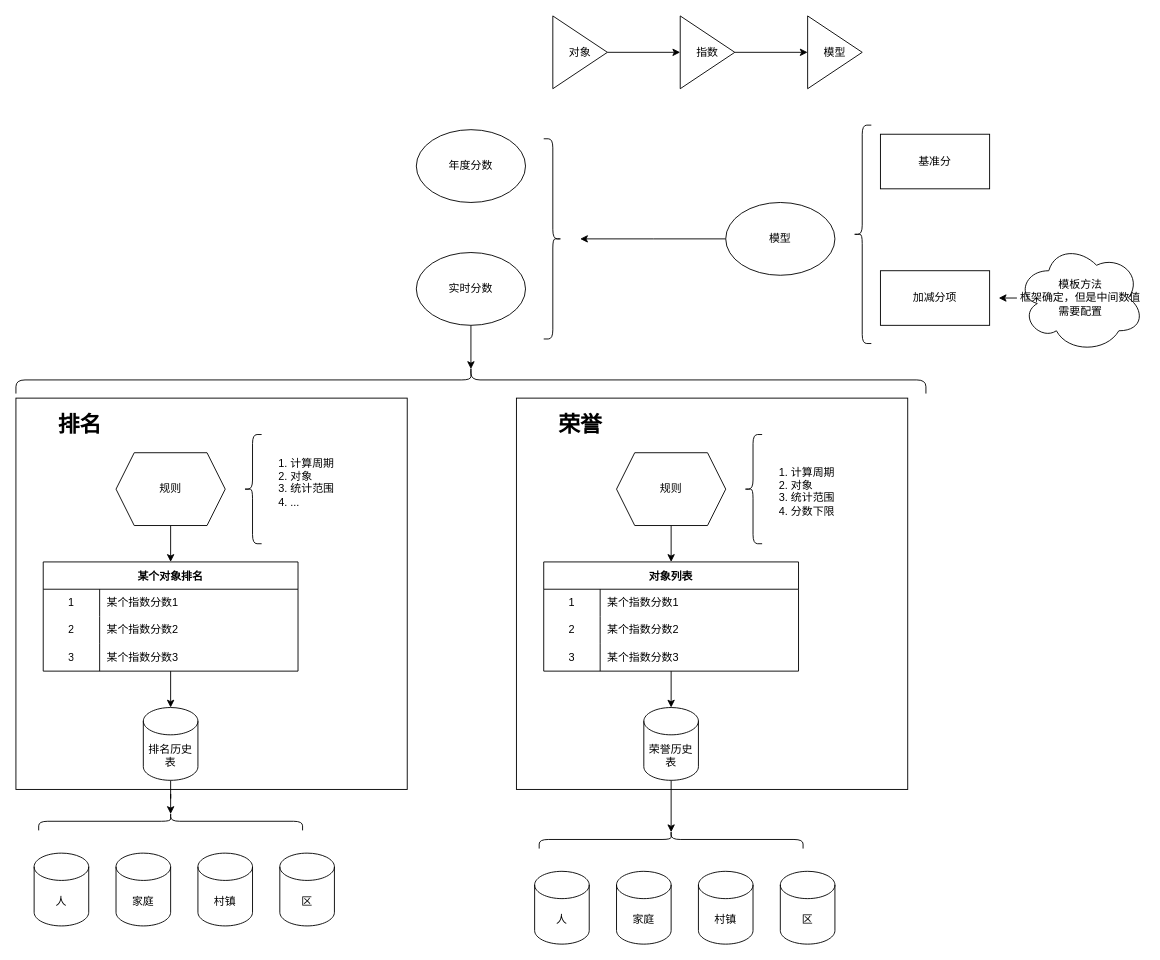
This is 南浔.drawio from Leicw/draw.io_file, a draw.io file, before an edit. Source tidied: cells renumbered, new cells numbered last; positions are measured from the earlier drawing's top-left corner, leaving out a move shared by most shapes. Both pictures are drawn from the tidied source at 91%, with x=0, y=0 at pixel (15, -76).
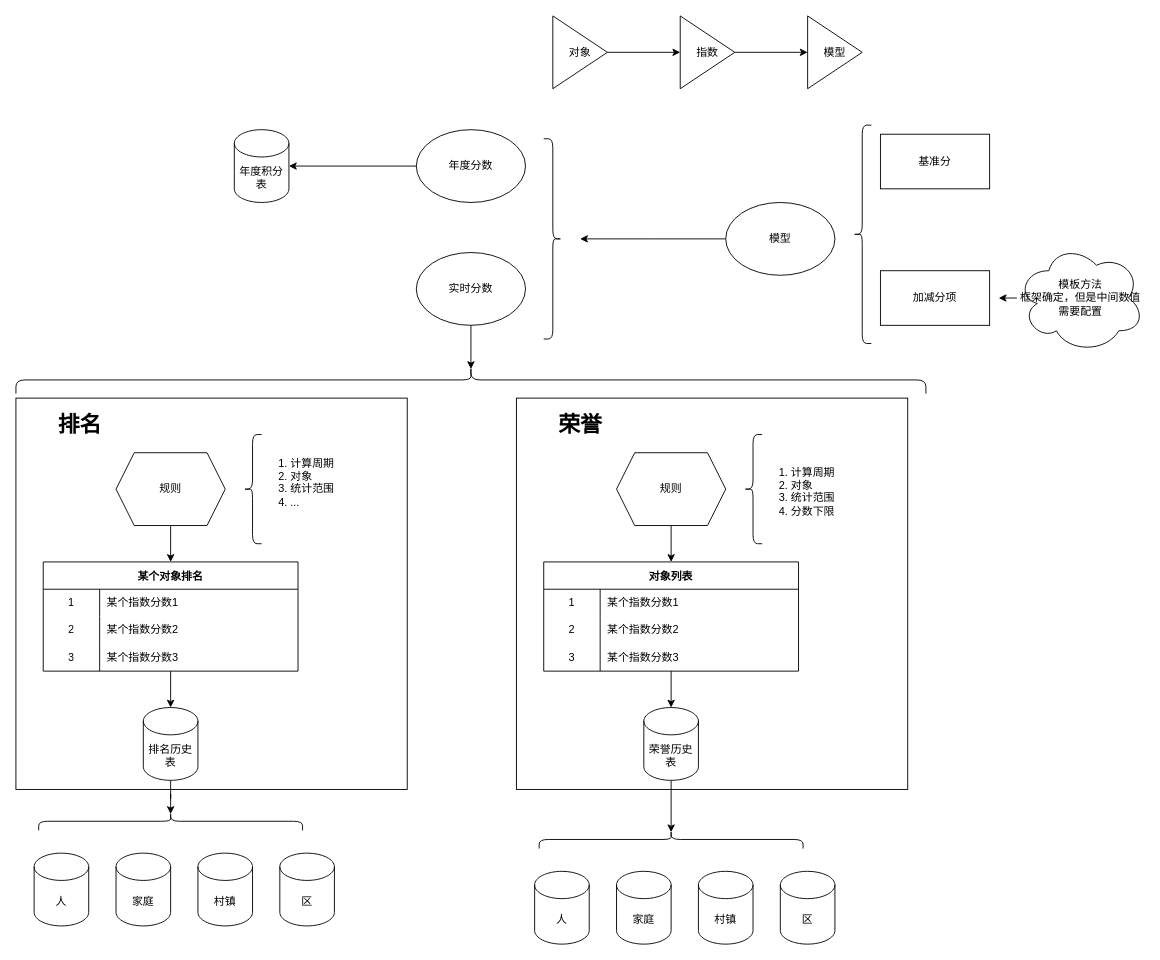
The same page after the edit.

The change refers to these unchanged cells:
```xml
<mxCell id="31" value="年度分数" style="ellipse;whiteSpace=wrap;html=1;" parent="1" vertex="1">
  <mxGeometry x="440" y="225" width="120" height="80" as="geometry" />
</mxCell>
```

The edit, as a diff of the source:
```diff
@@
+    <mxCell id="67" style="edgeStyle=orthogonalEdgeStyle;rounded=0;jettySize=auto;html=1;entryX=1;entryY=0.5;entryDx=0;entryDy=0;entryPerimeter=0;" parent="1" edge="1" source="31" target="68">
+      <mxGeometry relative="1" as="geometry" />
+    </mxCell>
@@
+    <mxCell id="68" value="年度积分表" style="shape=cylinder3;whiteSpace=wrap;html=1;boundedLbl=1;backgroundOutline=1;size=15;" parent="1" vertex="1">
+      <mxGeometry x="240" y="225" width="60" height="80" as="geometry" />
+    </mxCell>
```
